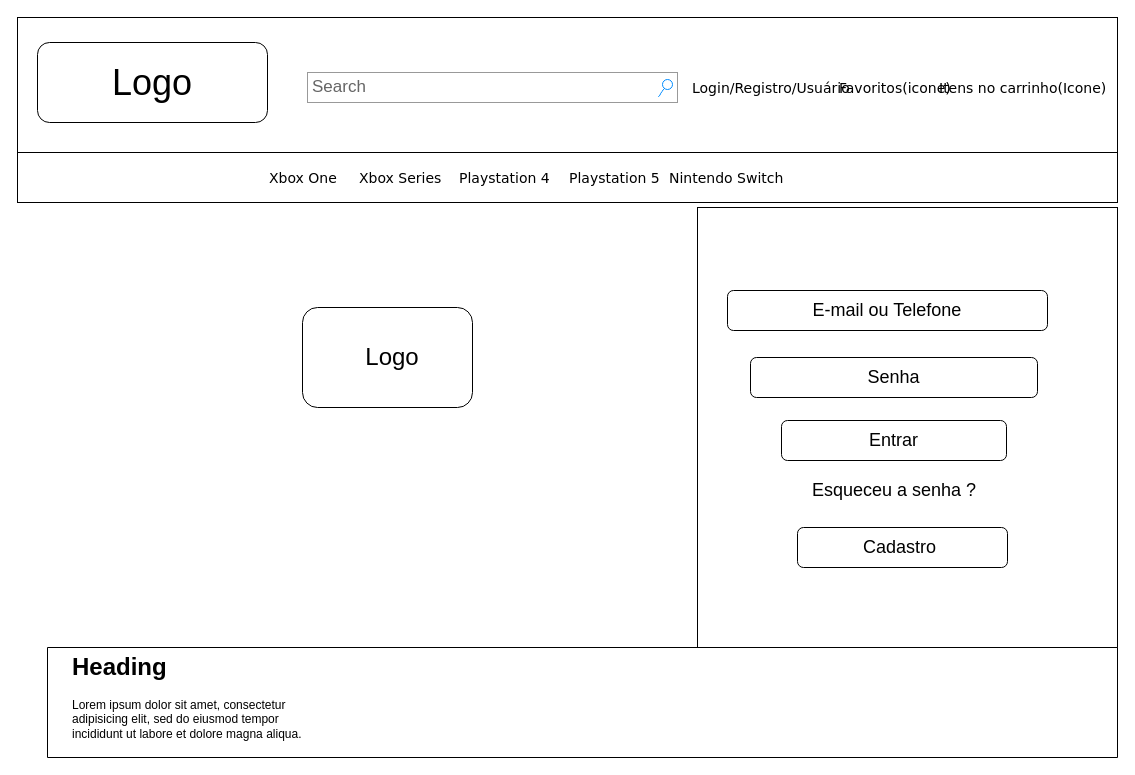
Above: page "2. Login" (5 of 16) of wireframe.drawio in pdaambrosio/dh_group_5 (draw.io), before the change. Source tidied: cells renumbered, new cells numbered last; positions are measured from the earlier drawing's top-left corner, leaving out a move shared by most shapes. Both pictures are drawn from the tidied source at 100%, with x=0, y=0 at pixel (17, 17).
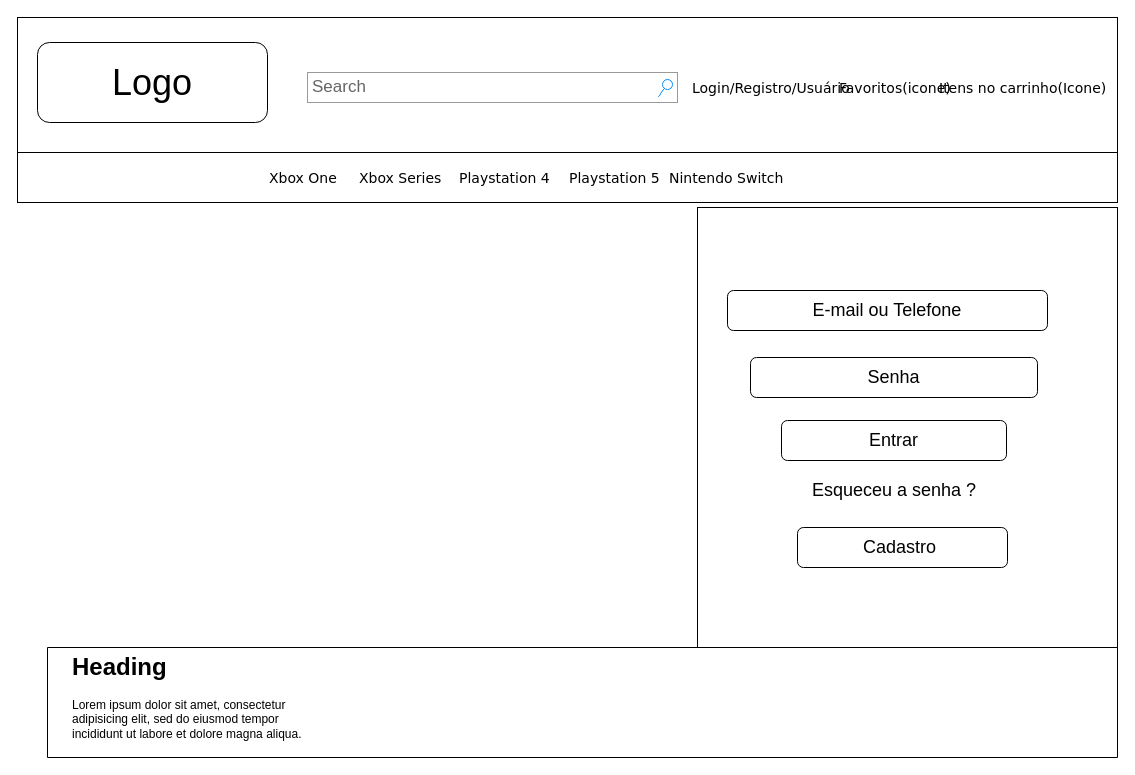
After the change.

The edit, as a diff of the source:
```diff
@@
-    <mxCell id="8" value="&lt;br&gt;" style="rounded=1;whiteSpace=wrap;html=1;" parent="1" vertex="1">
-      <mxGeometry x="285" y="290" width="170" height="100" as="geometry" />
-    </mxCell>
-    <mxCell id="9" value="&lt;font style=&quot;vertical-align: inherit ; font-size: 24px&quot;&gt;Logo&lt;/font&gt;" style="text;html=1;strokeColor=none;fillColor=none;align=center;verticalAlign=middle;whiteSpace=wrap;rounded=0;" parent="1" vertex="1">
-      <mxGeometry x="355" y="330" width="40" height="20" as="geometry" />
-    </mxCell>
```
